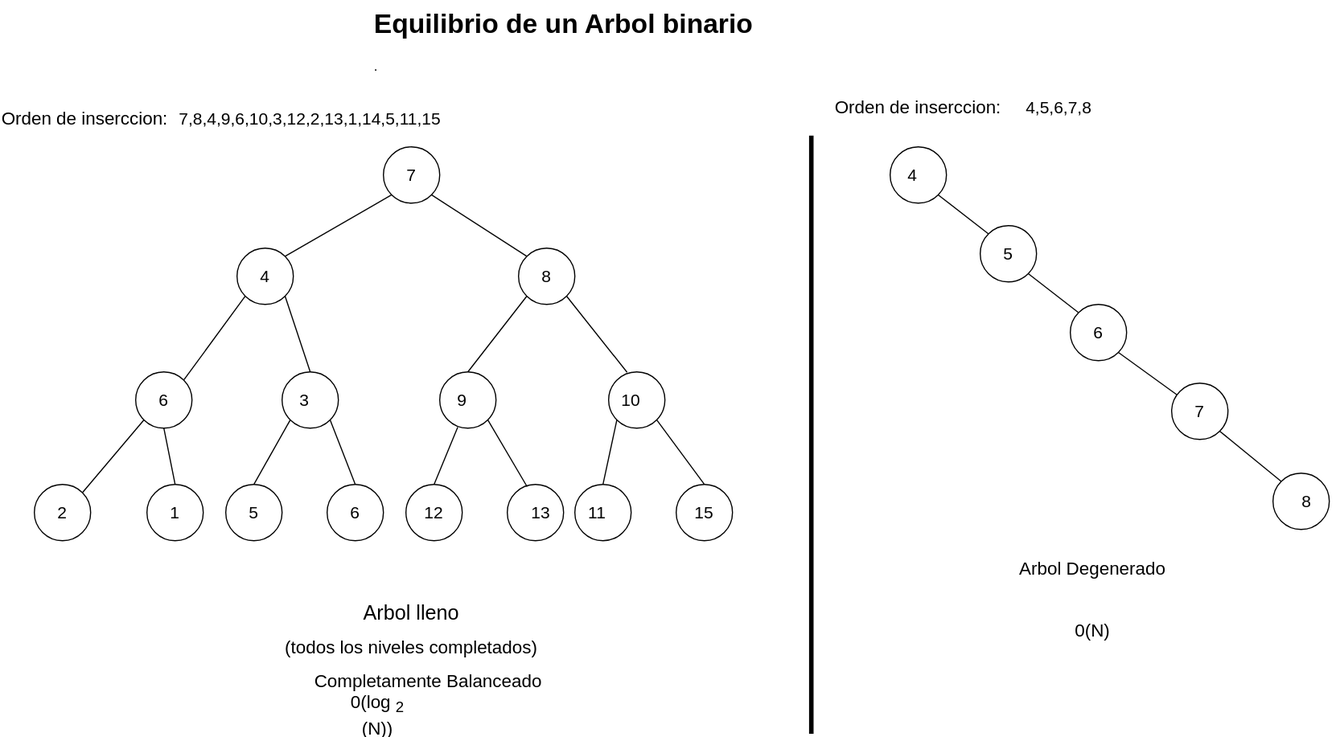
Above: Estructura-de-datos/Arboles/Equilibrio-Arbol-Binario.drawio.svg in Nordcode-cyber/Algoritmos-Estructdatos (draw.io), before the change. Source tidied: cells renumbered, new cells last; positions are measured from the earlier drawing's top-left corner, leaving out a move shared by most shapes.
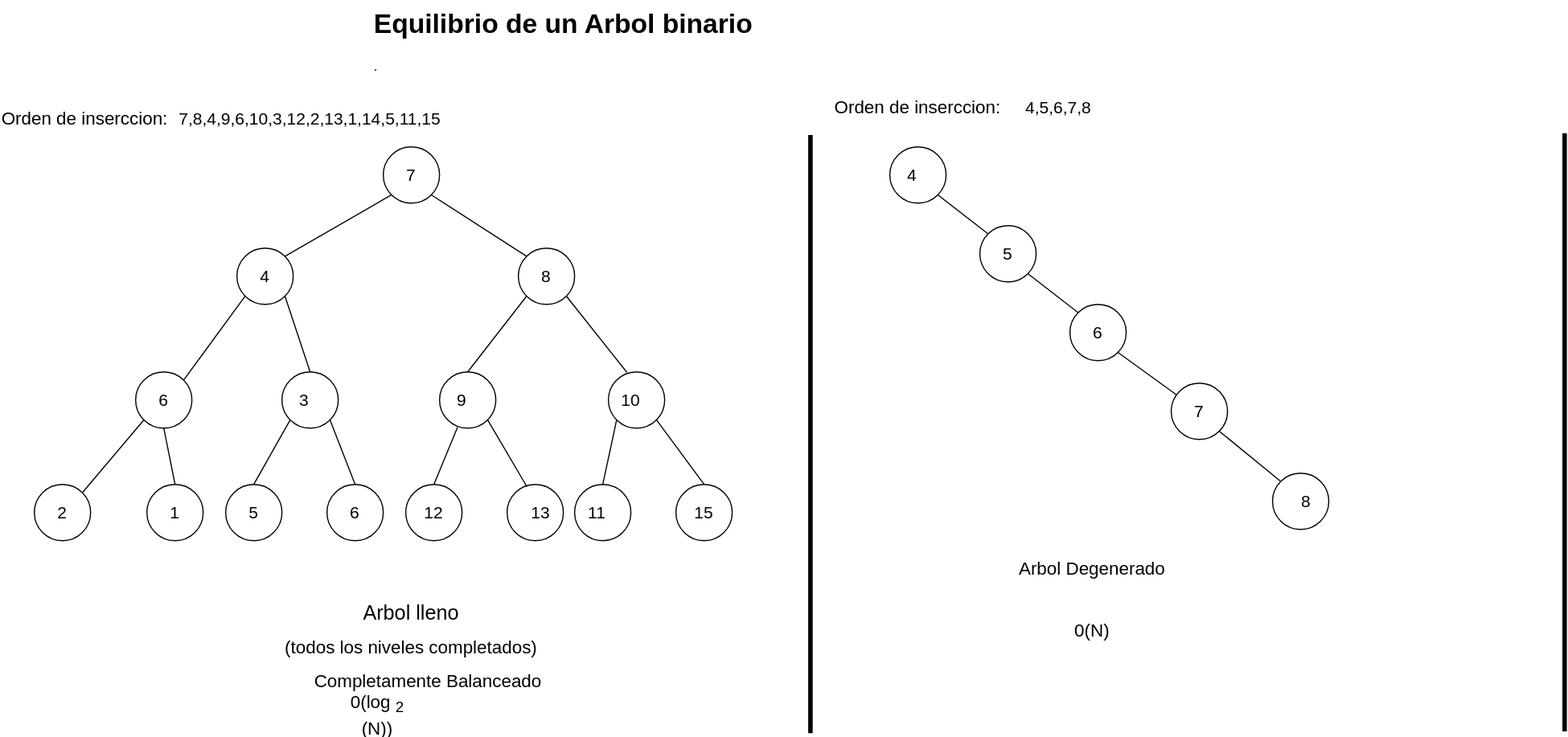
Later version of the same file.

The edit, as a diff of the source:
```diff
@@ -1,4 +1,4 @@
-<mxGraphModel>
+<mxGraphModel background="light-dark(#FFFFFF,#121212)">
   <root>
     <mxCell id="0" />
     <mxCell id="1" parent="0" />
@@ -215,5 +215,11 @@
     <mxCell id="71" value="&lt;font style=&quot;font-size: 15px; color: light-dark(rgb(0, 0, 0), rgb(255, 0, 0));&quot;&gt;6&lt;/font&gt;" style="text;html=1;align=center;verticalAlign=middle;whiteSpace=wrap;rounded=0;" parent="1" vertex="1">
       <mxGeometry x="285" y="440" width="60" height="30" as="geometry" />
     </mxCell>
+    <mxCell id="72" style="endArrow=none;html=1;strokeWidth=4;" parent="1" edge="1">
+      <mxGeometry relative="1" as="geometry">
+        <mxPoint x="1390" y="650" as="sourcePoint" />
+        <mxPoint x="1390" y="118.4" as="targetPoint" />
+      </mxGeometry>
+    </mxCell>
   </root>
 </mxGraphModel>
```
